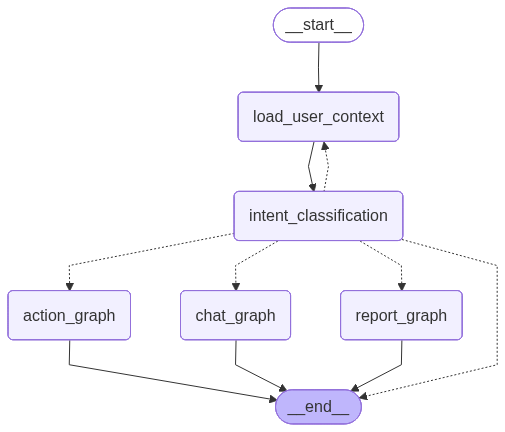
Earlier version of the Mermaid export docs/graphs/supervisor_graph.png (sogang-radai/wave-home-agent). Its source is kept beside it as docs/graphs/supervisor_graph.mmd.
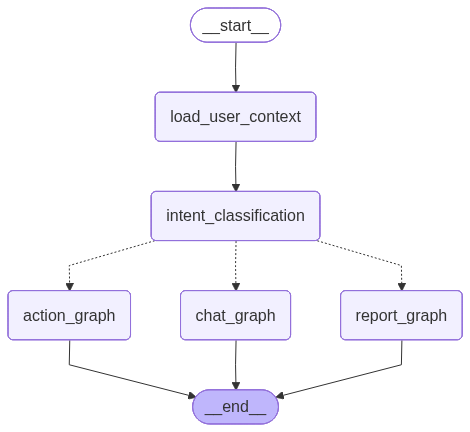
After the commit.

What changed in the source:
```diff
@@ -12,15 +12,13 @@
 	action_graph(action_graph)
 	__end__([<p>__end__</p>]):::last
 	__start__ --> load_user_context;
+	intent_classification -.-> action_graph;
+	intent_classification -.-> chat_graph;
+	intent_classification -.-> report_graph;
+	load_user_context --> intent_classification;
 	action_graph --> __end__;
 	chat_graph --> __end__;
-	load_user_context --> intent_classification;
 	report_graph --> __end__;
-	intent_classification -.-> load_user_context;
-	intent_classification -.-> chat_graph;
-	intent_classification -.-> report_graph;
-	intent_classification -.-> action_graph;
-	intent_classification -.-> __end__;
 	classDef default fill:#f2f0ff,line-height:1.2
 	classDef first fill-opacity:0
 	classDef last fill:#bfb6fc
```
